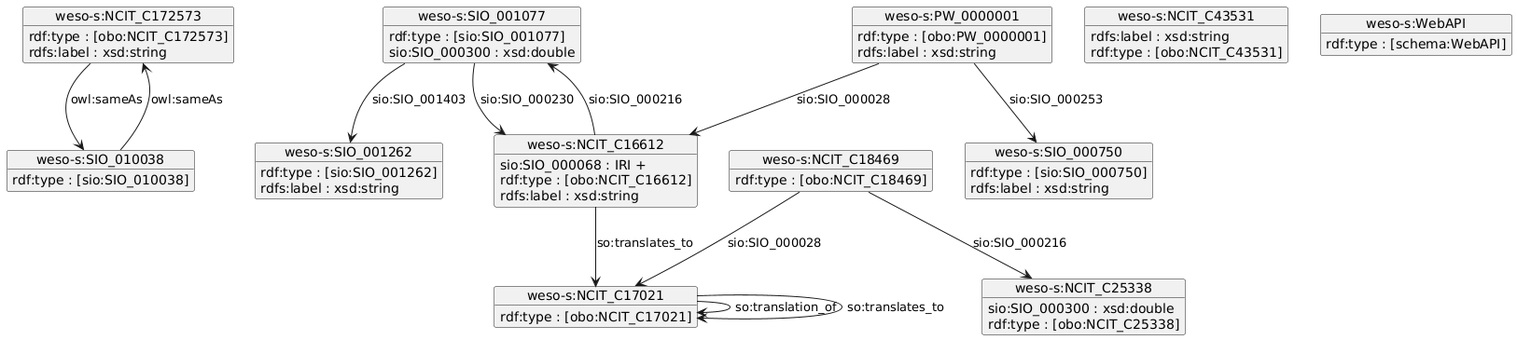
Before: examples/data/gene_to_graph_workflow/BDF_example_shex.png, a diagram exported from PlantUML (BioDataFuse/pyBiodatafuse).
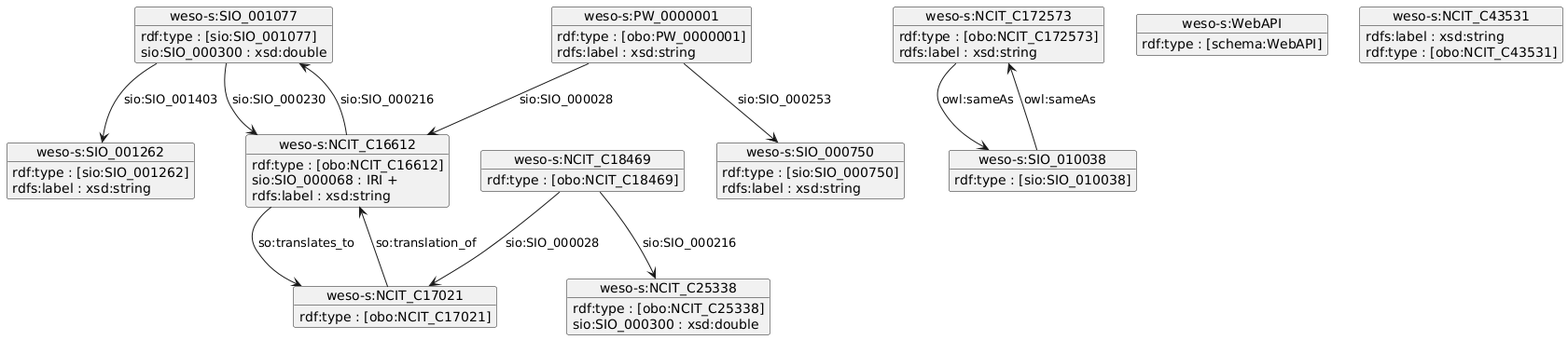
The same file after the commit.

What changed in the source:
```diff
@@ -1,16 +1,22 @@
 @startuml
-object "weso-s:NCIT_C172573" as weso_s_NCIT_C172573 {
-rdf:type : [obo:NCIT_C172573]
-rdfs:label : xsd:string
-}
-
 object "weso-s:SIO_001077" as weso_s_SIO_001077 {
 rdf:type : [sio:SIO_001077]
 sio:SIO_000300 : xsd:double
 }
 
+object "weso-s:NCIT_C16612" as weso_s_NCIT_C16612 {
+rdf:type : [obo:NCIT_C16612]
+sio:SIO_000068 : IRI +
+rdfs:label : xsd:string
+}
+
 object "weso-s:PW_0000001" as weso_s_PW_0000001 {
 rdf:type : [obo:PW_0000001]
+rdfs:label : xsd:string
+}
+
+object "weso-s:NCIT_C172573" as weso_s_NCIT_C172573 {
+rdf:type : [obo:NCIT_C172573]
 rdfs:label : xsd:string
 }
 
@@ -19,32 +25,17 @@
 rdfs:label : xsd:string
 }
 
+object "weso-s:SIO_010038" as weso_s_SIO_010038 {
+rdf:type : [sio:SIO_010038]
+}
+
 object "weso-s:NCIT_C18469" as weso_s_NCIT_C18469 {
 rdf:type : [obo:NCIT_C18469]
 }
 
-object "weso-s:SIO_010038" as weso_s_SIO_010038 {
-rdf:type : [sio:SIO_010038]
-}
-
-object "weso-s:NCIT_C16612" as weso_s_NCIT_C16612 {
-sio:SIO_000068 : IRI +
-rdf:type : [obo:NCIT_C16612]
-rdfs:label : xsd:string
-}
-
-object "weso-s:NCIT_C17021" as weso_s_NCIT_C17021 {
-rdf:type : [obo:NCIT_C17021]
-}
-
 object "weso-s:NCIT_C25338" as weso_s_NCIT_C25338 {
+rdf:type : [obo:NCIT_C25338]
 sio:SIO_000300 : xsd:double
-rdf:type : [obo:NCIT_C25338]
-}
-
-object "weso-s:NCIT_C43531" as weso_s_NCIT_C43531 {
-rdfs:label : xsd:string
-rdf:type : [obo:NCIT_C43531]
 }
 
 object "weso-s:WebAPI" as weso_s_WebAPI {
@@ -56,16 +47,24 @@
 rdfs:label : xsd:string
 }
 
-weso_s_NCIT_C172573 --> weso_s_SIO_010038 : owl:sameAs
+object "weso-s:NCIT_C17021" as weso_s_NCIT_C17021 {
+rdf:type : [obo:NCIT_C17021]
+}
+
+object "weso-s:NCIT_C43531" as weso_s_NCIT_C43531 {
+rdfs:label : xsd:string
+rdf:type : [obo:NCIT_C43531]
+}
+
 weso_s_SIO_001077 --> weso_s_SIO_001262 : sio:SIO_001403
 weso_s_SIO_001077 --> weso_s_NCIT_C16612 : sio:SIO_000230
+weso_s_NCIT_C16612 --> weso_s_SIO_001077 : sio:SIO_000216
+weso_s_NCIT_C16612 --> weso_s_NCIT_C17021 : so:translates_to
 weso_s_PW_0000001 --> weso_s_SIO_000750 : sio:SIO_000253
 weso_s_PW_0000001 --> weso_s_NCIT_C16612 : sio:SIO_000028
+weso_s_NCIT_C172573 --> weso_s_SIO_010038 : owl:sameAs
+weso_s_SIO_010038 --> weso_s_NCIT_C172573 : owl:sameAs
 weso_s_NCIT_C18469 --> weso_s_NCIT_C25338 : sio:SIO_000216
 weso_s_NCIT_C18469 --> weso_s_NCIT_C17021 : sio:SIO_000028
-weso_s_SIO_010038 --> weso_s_NCIT_C172573 : owl:sameAs
-weso_s_NCIT_C16612 --> weso_s_SIO_001077 : sio:SIO_000216
-weso_s_NCIT_C16612 --> weso_s_NCIT_C17021 : so:translates_to
-weso_s_NCIT_C17021 --> weso_s_NCIT_C17021 : so:translation_of
-weso_s_NCIT_C17021 --> weso_s_NCIT_C17021 : so:translates_to
+weso_s_NCIT_C17021 --> weso_s_NCIT_C16612 : so:translation_of
 @enduml
```
